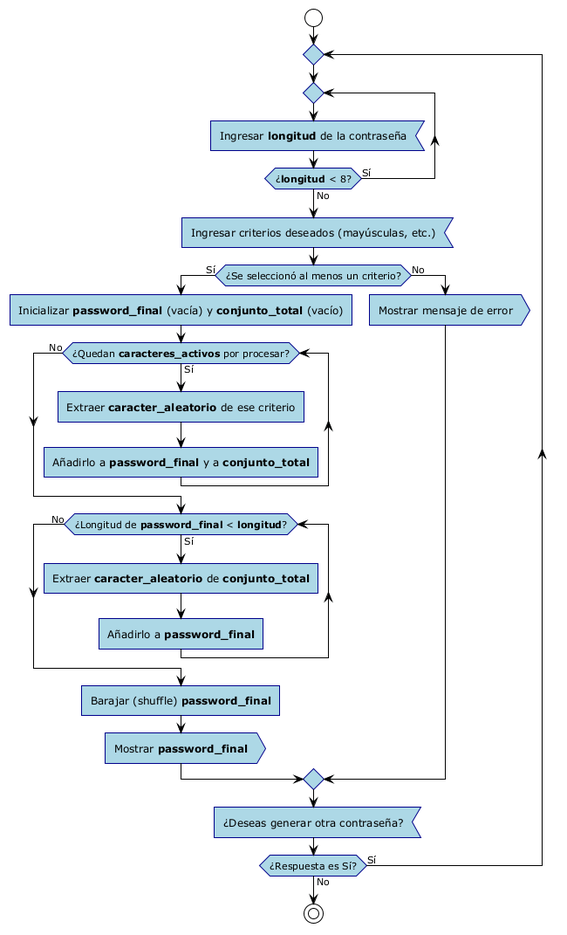
Earlier version of the PlantUML export diagrama-flujo.png (nelsonmarro/generador_password_py).
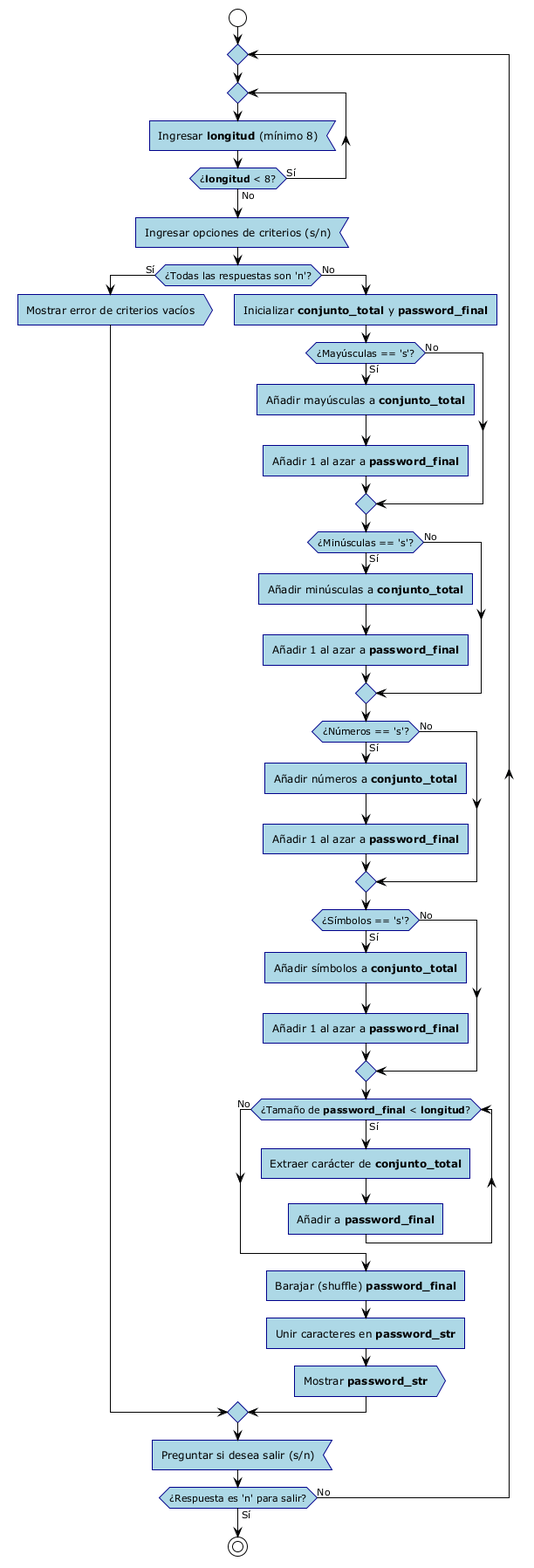
After the commit.

Commit message:
docs: update flowchart to match the new basic python script logic

Diff of the diagram source:
```diff
@@ -11,34 +11,55 @@
 
 repeat
   repeat
-    :Ingresar **longitud** de la contraseña; <<input>>
+    :Ingresar **longitud** (mínimo 8); <<input>>
   repeat while (¿**longitud** < 8?) is (Sí) not (No)
 
-  :Ingresar criterios deseados (mayúsculas, etc.); <<input>>
+  :Ingresar opciones de criterios (s/n); <<input>>
 
-  if (¿Se seleccionó al menos un criterio?) then (Sí)
-    :Inicializar **password_final** (vacía) y **conjunto_total** (vacío);
+  if (¿Todas las respuestas son 'n'?) then (Sí)
+    :Mostrar error de criterios vacíos; <<output>>
+  else (No)
+    :Inicializar **conjunto_total** y **password_final**;
 
-    while (¿Quedan **caracteres_activos** por procesar?) is (Sí)
-      :Extraer **caracter_aleatorio** de ese criterio;
-      :Añadirlo a **password_final** y a **conjunto_total**;
-    endwhile (No)
+    if (¿Mayúsculas == 's'?) then (Sí)
+      :Añadir mayúsculas a **conjunto_total**;
+      :Añadir 1 al azar a **password_final**;
+    else (No)
+    endif
 
-    while (¿Longitud de **password_final** < **longitud**?) is (Sí)
-      :Extraer **caracter_aleatorio** de **conjunto_total**;
-      :Añadirlo a **password_final**;
+    if (¿Minúsculas == 's'?) then (Sí)
+      :Añadir minúsculas a **conjunto_total**;
+      :Añadir 1 al azar a **password_final**;
+    else (No)
+    endif
+
+    if (¿Números == 's'?) then (Sí)
+      :Añadir números a **conjunto_total**;
+      :Añadir 1 al azar a **password_final**;
+    else (No)
+    endif
+
+    if (¿Símbolos == 's'?) then (Sí)
+      :Añadir símbolos a **conjunto_total**;
+      :Añadir 1 al azar a **password_final**;
+    else (No)
+    endif
+
+    while (¿Tamaño de **password_final** < **longitud**?) is (Sí)
+      :Extraer carácter de **conjunto_total**;
+      :Añadir a **password_final**;
     endwhile (No)
 
     :Barajar (shuffle) **password_final**;
 
-    :Mostrar **password_final**; <<output>>
-  else (No)
-    :Mostrar mensaje de error; <<output>>
+    :Unir caracteres en **password_str**;
+
+    :Mostrar **password_str**; <<output>>
   endif
 
-  :¿Deseas generar otra contraseña?; <<input>>
+  :Preguntar si desea salir (s/n); <<input>>
 
-repeat while (¿Respuesta es Sí?) is (Sí) not (No)
+repeat while (¿Respuesta es 'n' para salir?) is (No) not (Sí)
 
 stop
 @enduml
```
